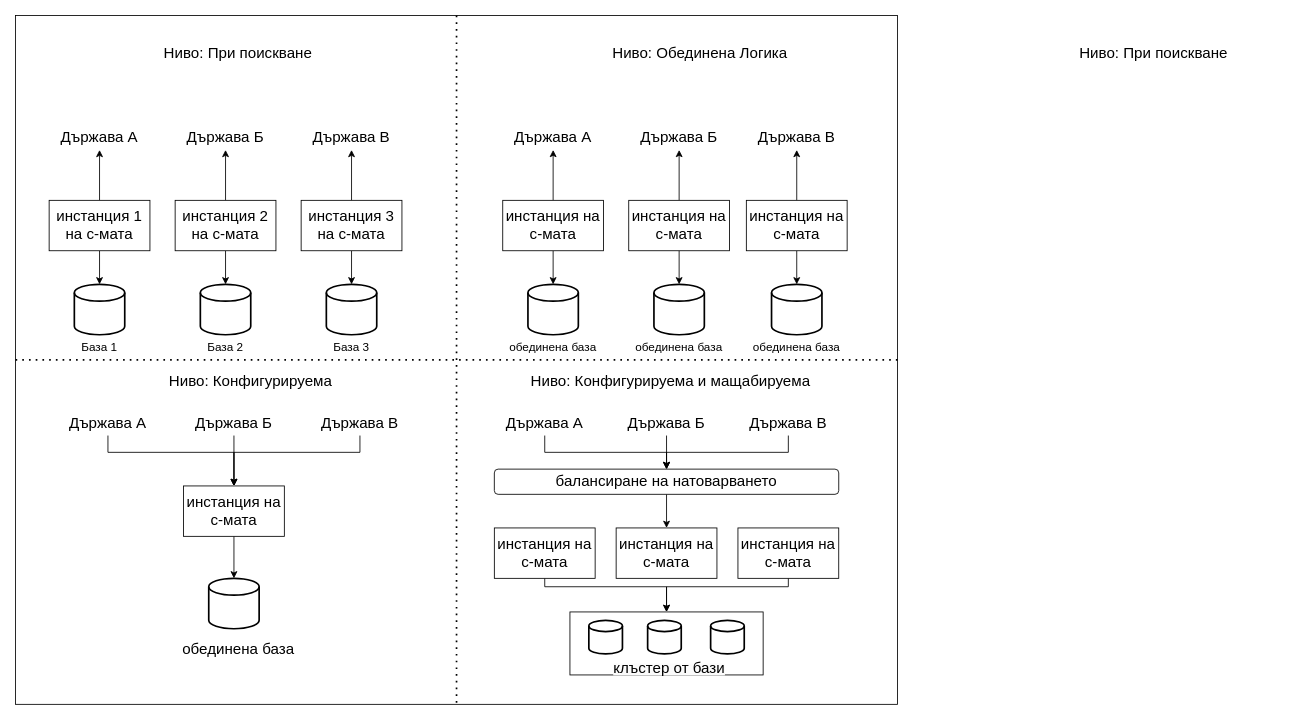
The draw.io diagram Chapter2/ArchMaturityModel.drawio in profjordanov/phd, before the edit. Source tidied: cells renumbered, new cells numbered last; positions are measured from the earlier drawing's top-left corner, leaving out a move shared by most shapes. Both pictures are drawn from the tidied source at 84%, with x=0, y=0 at pixel (15, 15).
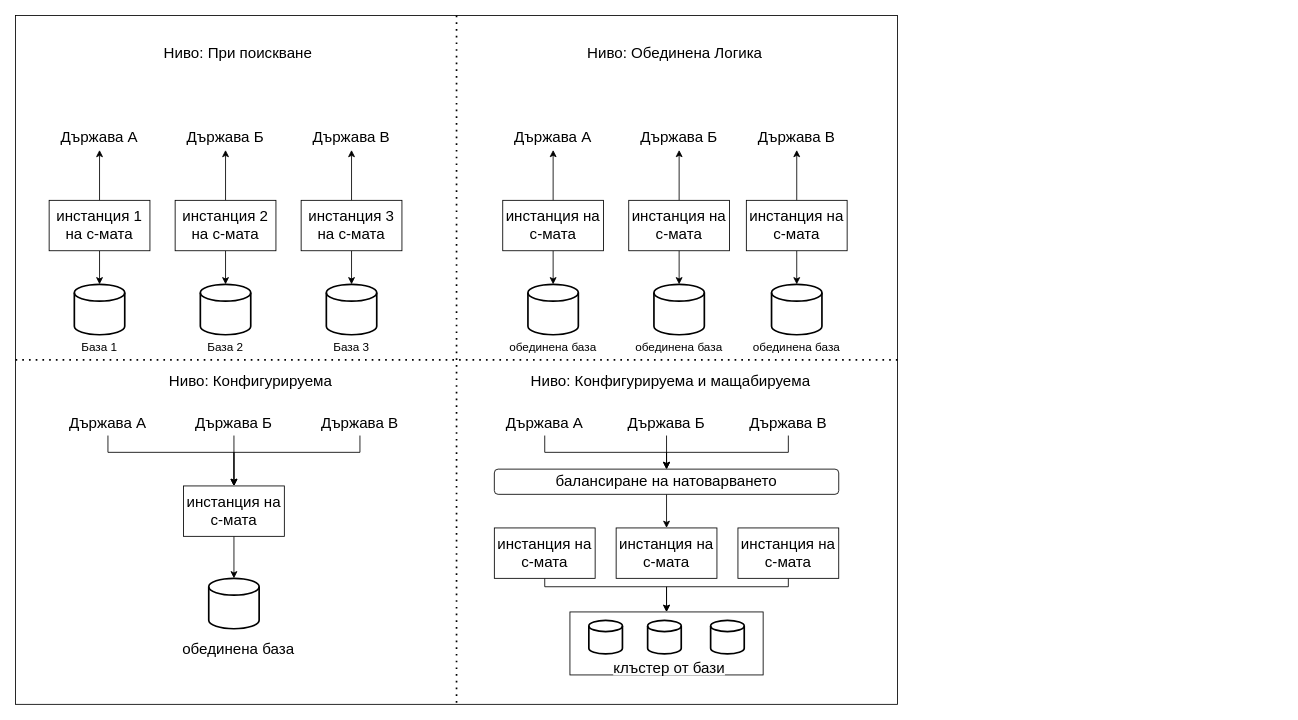
The same diagram, later.

What changed in the source:
```diff
@@
     <mxCell id="5" value="&lt;font style=&quot;font-size: 18px;&quot;&gt;Ниво: Обединена Логика&lt;/font&gt;" style="text;html=1;strokeColor=none;fillColor=none;align=center;verticalAlign=middle;whiteSpace=wrap;rounded=0;" parent="1" vertex="1">
-      <mxGeometry x="660" y="30" width="310" height="30" as="geometry" />
+      <mxGeometry x="630" y="30" width="310" height="30" as="geometry" />
     </mxCell>
@@
-    <mxCell id="22" value="&lt;font style=&quot;font-size: 18px;&quot;&gt;Ниво: При поискване&lt;/font&gt;" style="text;html=1;strokeColor=none;fillColor=none;align=center;verticalAlign=middle;whiteSpace=wrap;rounded=0;" parent="1" vertex="1">
-      <mxGeometry x="1200" y="30" width="310" height="30" as="geometry" />
-    </mxCell>
```
